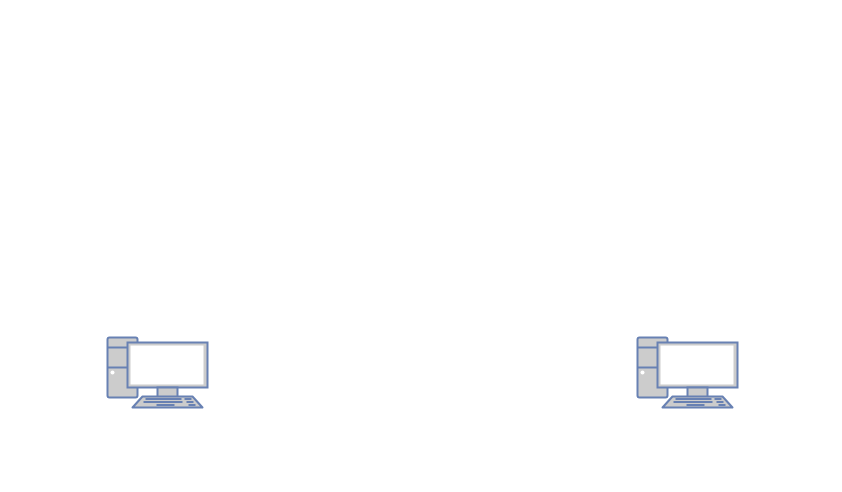
Above: LAB06.drawio in Crist616/Draws (draw.io), before the change. Source tidied: cells renumbered, new cells numbered last; positions are measured from the earlier drawing's top-left corner, leaving out a move shared by most shapes. Both pictures are drawn from the tidied source at 100%, with x=0, y=0 at pixel (107, 337).
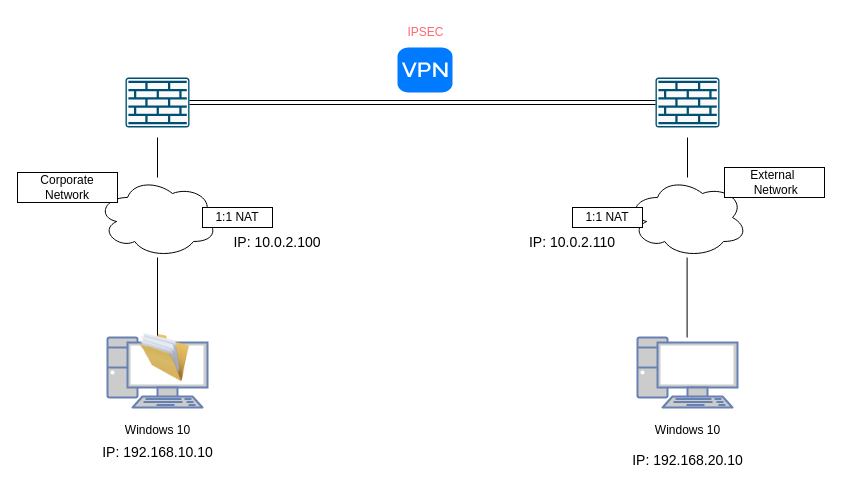
Above is the later version.

Diff of the diagram source:
```diff
@@
+    <mxCell id="4" style="sketch=0;points=[[0.015,0.015,0],[0.985,0.015,0],[0.985,0.985,0],[0.015,0.985,0],[0.25,0,0],[0.5,0,0],[0.75,0,0],[1,0.25,0],[1,0.5,0],[1,0.75,0],[0.75,1,0],[0.5,1,0],[0.25,1,0],[0,0.75,0],[0,0.5,0],[0,0.25,0]];verticalLabelPosition=bottom;html=1;verticalAlign=top;align=center;shape=mxgraph.cisco19.rect;prIcon=firewall;fillColor=#FAFAFA;strokeColor=#005073;" parent="1" vertex="1">
+      <mxGeometry x="548" y="-260" width="64" height="50" as="geometry" />
+    </mxCell>
+    <mxCell id="5" style="sketch=0;points=[[0.015,0.015,0],[0.985,0.015,0],[0.985,0.985,0],[0.015,0.985,0],[0.25,0,0],[0.5,0,0],[0.75,0,0],[1,0.25,0],[1,0.5,0],[1,0.75,0],[0.75,1,0],[0.5,1,0],[0.25,1,0],[0,0.75,0],[0,0.5,0],[0,0.25,0]];verticalLabelPosition=bottom;html=1;verticalAlign=top;align=center;shape=mxgraph.cisco19.rect;prIcon=firewall;fillColor=#FAFAFA;strokeColor=#005073;" parent="1" vertex="1">
+      <mxGeometry x="18" y="-260" width="64" height="50" as="geometry" />
+    </mxCell>
+    <mxCell id="6" style="endArrow=none;html=1;rounded=0;shape=link;exitX=1;exitY=0.5;exitDx=0;exitDy=0;exitPerimeter=0;entryX=0;entryY=0.5;entryDx=0;entryDy=0;entryPerimeter=0;" parent="1" edge="1" source="5" target="4">
+      <mxGeometry relative="1" as="geometry" />
+    </mxCell>
+    <mxCell id="7" style="ellipse;shape=cloud;whiteSpace=wrap;html=1;" parent="1" vertex="1">
+      <mxGeometry x="-10" y="-160" width="120" height="80" as="geometry" />
+    </mxCell>
+    <mxCell id="8" style="ellipse;shape=cloud;whiteSpace=wrap;html=1;" parent="1" vertex="1">
+      <mxGeometry x="520" y="-160" width="120" height="80" as="geometry" />
+    </mxCell>
+    <mxCell id="9" style="endArrow=none;html=1;rounded=0;" parent="1" edge="1">
+      <mxGeometry relative="1" as="geometry">
+        <mxPoint x="50" y="-160" as="sourcePoint" />
+        <mxPoint x="50" y="-200" as="targetPoint" />
+      </mxGeometry>
+    </mxCell>
+    <mxCell id="10" style="endArrow=none;html=1;rounded=0;" parent="1" edge="1" target="7">
+      <mxGeometry relative="1" as="geometry">
+        <mxPoint x="50" as="sourcePoint" />
+      </mxGeometry>
+    </mxCell>
+    <mxCell id="11" style="endArrow=none;html=1;rounded=0;" parent="1" edge="1" source="8">
+      <mxGeometry relative="1" as="geometry">
+        <mxPoint x="580" y="-200" as="targetPoint" />
+      </mxGeometry>
+    </mxCell>
+    <mxCell id="12" style="endArrow=none;html=1;rounded=0;" parent="1" edge="1">
+      <mxGeometry relative="1" as="geometry">
+        <mxPoint x="579.6" as="sourcePoint" />
+        <mxPoint x="579.6" y="-80" as="targetPoint" />
+      </mxGeometry>
+    </mxCell>
+    <mxCell id="13" style="html=1;strokeWidth=1;shadow=0;dashed=0;shape=mxgraph.ios7.misc.vpn;fillColor=#007AFF;strokeColor=none;buttonText=;strokeColor2=#222222;fontColor=#222222;fontSize=8;verticalLabelPosition=bottom;verticalAlign=top;align=center;sketch=0;" parent="1" vertex="1">
+      <mxGeometry x="290" y="-290" width="55" height="45" as="geometry" />
+    </mxCell>
+    <mxCell id="14" value="IPSEC" style="text;html=1;align=center;verticalAlign=middle;fontColor=#FF6670;" parent="1" vertex="1">
+      <mxGeometry x="287.5" y="-320" width="60" height="30" as="geometry" />
+    </mxCell>
+    <mxCell id="15" value="Windows 10" style="text;html=1;align=center;verticalAlign=middle;strokeColor=none;fillColor=none;" parent="1" vertex="1">
+      <mxGeometry x="5" y="78" width="90" height="30" as="geometry" />
+    </mxCell>
+    <mxCell id="16" value="Windows 10" style="text;html=1;align=center;verticalAlign=middle;strokeColor=none;fillColor=none;" parent="1" vertex="1">
+      <mxGeometry x="535" y="78" width="90" height="30" as="geometry" />
+    </mxCell>
+    <mxCell id="17" value="IP: 192.168.10.10" style="text;html=1;align=center;verticalAlign=middle;strokeColor=none;fillColor=none;fontSize=14;" parent="1" vertex="1">
+      <mxGeometry x="-15" y="100" width="130" height="30" as="geometry" />
+    </mxCell>
+    <mxCell id="18" value="1:1 NAT" style="whiteSpace=wrap;html=1;" parent="1" vertex="1">
+      <mxGeometry x="95" y="-130" width="70" height="20" as="geometry" />
+    </mxCell>
+    <mxCell id="19" value="IP: 10.0.2.100" style="text;html=1;strokeColor=none;fillColor=none;align=center;verticalAlign=middle;whiteSpace=wrap;rounded=0;fontSize=14;" parent="1" vertex="1">
+      <mxGeometry x="115" y="-110" width="110" height="30" as="geometry" />
+    </mxCell>
+    <mxCell id="20" value="Corporate Network" style="rounded=0;whiteSpace=wrap;html=1;" parent="1" vertex="1">
+      <mxGeometry x="-90" y="-165" width="100" height="30" as="geometry" />
+    </mxCell>
+    <mxCell id="21" value="External&amp;nbsp; &amp;nbsp;Network" style="rounded=0;whiteSpace=wrap;html=1;" parent="1" vertex="1">
+      <mxGeometry x="617" y="-170" width="100" height="30" as="geometry" />
+    </mxCell>
+    <mxCell id="22" value="1:1 NAT" style="whiteSpace=wrap;html=1;" parent="1" vertex="1">
+      <mxGeometry x="465" y="-130" width="70" height="20" as="geometry" />
+    </mxCell>
+    <mxCell id="23" value="IP: 10.0.2.110" style="text;html=1;strokeColor=none;fillColor=none;align=center;verticalAlign=middle;whiteSpace=wrap;rounded=0;fontSize=14;" parent="1" vertex="1">
+      <mxGeometry x="410" y="-110" width="110" height="30" as="geometry" />
+    </mxCell>
+    <mxCell id="24" value="IP: 192.168.20.10" style="text;html=1;align=center;verticalAlign=middle;strokeColor=none;fillColor=none;fontSize=14;" parent="1" vertex="1">
+      <mxGeometry x="515" y="108" width="130" height="30" as="geometry" />
+    </mxCell>
+    <mxCell id="25" style="image;html=1;image=img/lib/clip_art/general/Full_Folder_128x128.png;" parent="1" vertex="1">
+      <mxGeometry x="32" y="-10" width="50" height="60" as="geometry" />
+    </mxCell>
```
